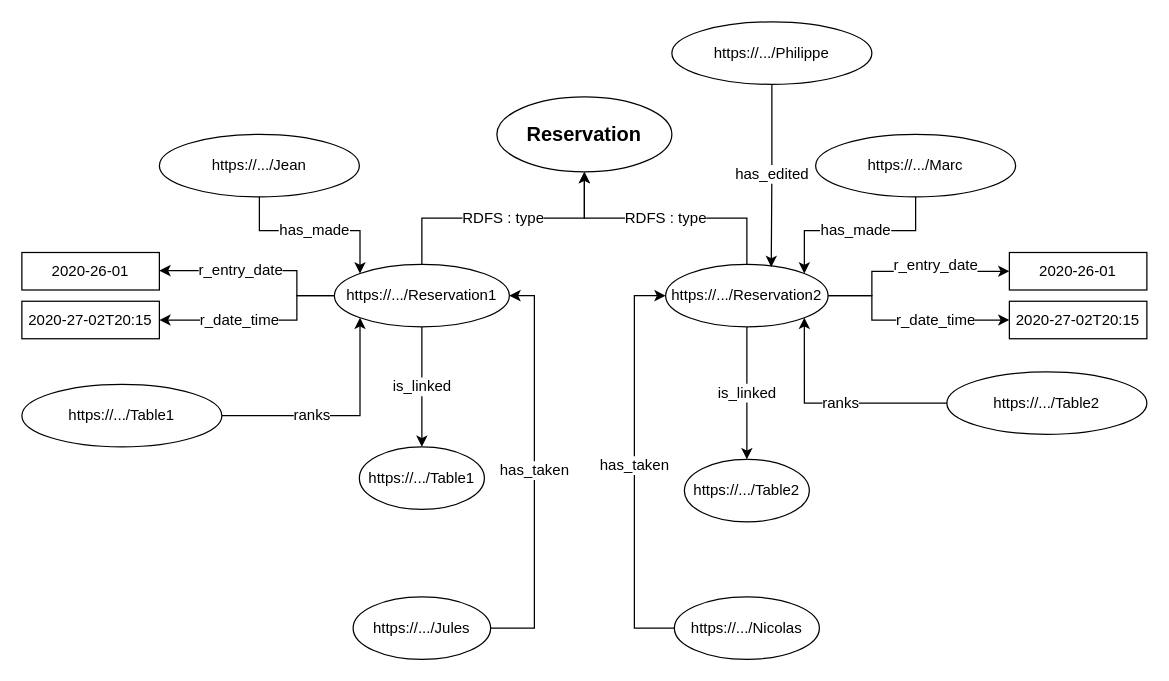
Before: schema/instanceReservation.dio in CH-KevinDubois/MAS-RAD-4-WEB-Mini-Projet, a draw.io diagram. Source tidied: cells renumbered, new cells numbered last; positions are measured from the earlier drawing's top-left corner, leaving out a move shared by most shapes. Both pictures are drawn from the tidied source at 125%, with x=0, y=0 at pixel (21, 21).
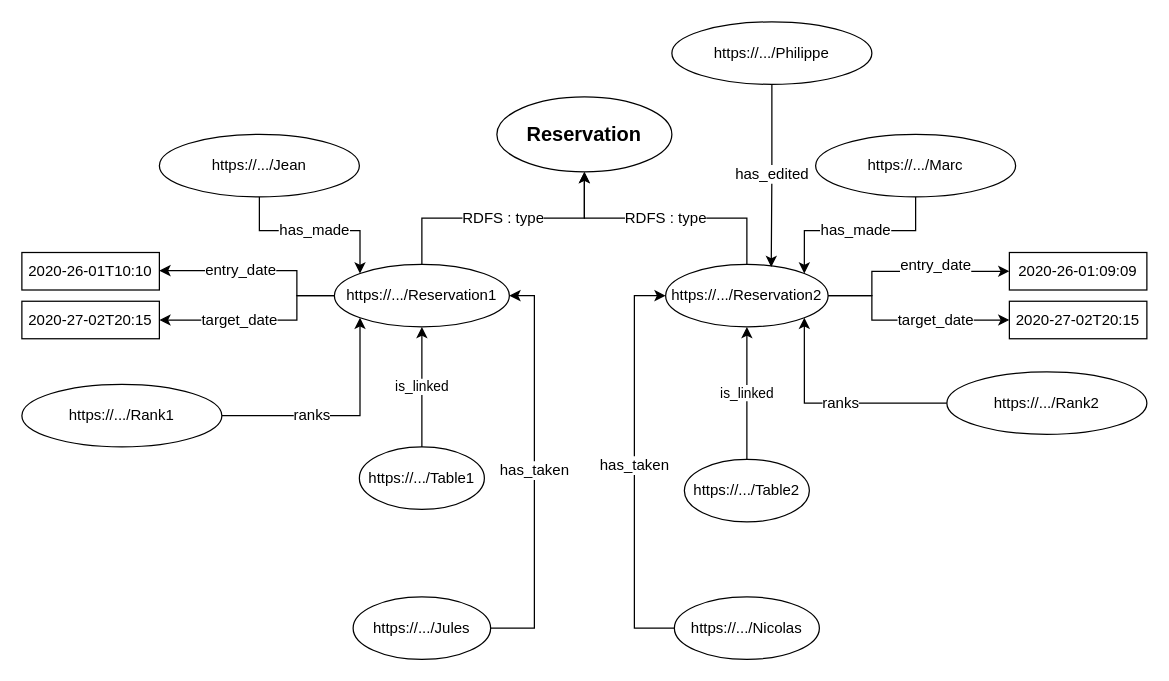
Above is the later version.

Unchanged cells that the change refers to:
```xml
<mxCell id="2" value="https://.../Table1" style="ellipse;whiteSpace=wrap;html=1;" parent="1" vertex="1">
  <mxGeometry x="270" y="340" width="100" height="50" as="geometry" />
</mxCell>
<mxCell id="3" value="https://.../Table2" style="ellipse;whiteSpace=wrap;html=1;" parent="1" vertex="1">
  <mxGeometry x="530" y="350" width="100" height="50" as="geometry" />
</mxCell>
<mxCell id="6" style="edgeStyle=orthogonalEdgeStyle;rounded=0;jettySize=auto;html=1;entryX=1;entryY=0.5;entryDx=0;entryDy=0;fontSize=12;" parent="1" edge="1" source="9" target="25">
  <mxGeometry relative="1" as="geometry">
    <Array as="points">
      <mxPoint x="220" y="219" />
      <mxPoint x="220" y="239" />
    </Array>
  </mxGeometry>
</mxCell>
<mxCell id="9" value="https://.../Reservation1" style="ellipse;whiteSpace=wrap;html=1;" parent="1" vertex="1">
  <mxGeometry x="250" y="194" width="140" height="50" as="geometry" />
</mxCell>
<mxCell id="11" style="edgeStyle=orthogonalEdgeStyle;rounded=0;jettySize=auto;html=1;entryX=0;entryY=0.5;entryDx=0;entryDy=0;fontSize=12;" parent="1" edge="1" source="16" target="17">
  <mxGeometry relative="1" as="geometry">
    <Array as="points">
      <mxPoint x="680" y="219" />
      <mxPoint x="680" y="200" />
    </Array>
  </mxGeometry>
</mxCell>
<mxCell id="13" style="edgeStyle=orthogonalEdgeStyle;rounded=0;jettySize=auto;html=1;entryX=0;entryY=0.5;entryDx=0;entryDy=0;fontSize=12;" parent="1" edge="1" source="16" target="18">
  <mxGeometry relative="1" as="geometry">
    <Array as="points">
      <mxPoint x="680" y="219" />
      <mxPoint x="680" y="239" />
    </Array>
  </mxGeometry>
</mxCell>
<mxCell id="16" value="https://.../Reservation2" style="ellipse;whiteSpace=wrap;html=1;" parent="1" vertex="1">
  <mxGeometry x="515" y="194" width="130" height="50" as="geometry" />
</mxCell>
```

Change to the diagram source:
```diff
@@
+    <mxCell id="36" value="is_linked" style="edgeStyle=orthogonalEdgeStyle;rounded=0;jettySize=auto;html=1;entryX=0.5;entryY=1;entryDx=0;entryDy=0;" parent="1" edge="1" source="2" target="9">
+      <mxGeometry relative="1" as="geometry" />
+    </mxCell>
@@
+    <mxCell id="37" value="is_linked" style="edgeStyle=orthogonalEdgeStyle;rounded=0;jettySize=auto;html=1;entryX=0.5;entryY=1;entryDx=0;entryDy=0;" parent="1" edge="1" source="3" target="16">
+      <mxGeometry relative="1" as="geometry" />
+    </mxCell>
@@
-    <mxCell id="5" value="r_entry_date" style="edgeStyle=orthogonalEdgeStyle;rounded=0;jettySize=auto;html=1;fontSize=12;" parent="1" edge="1" source="9" target="24">
+    <mxCell id="5" value="entry_date" style="edgeStyle=orthogonalEdgeStyle;rounded=0;jettySize=auto;html=1;fontSize=12;" parent="1" edge="1" source="9" target="24">
       <mxGeometry x="0.2" relative="1" as="geometry">
         <Array as="points">
           <mxPoint x="220" y="219" />
           <mxPoint x="220" y="199" />
         </Array>
         <mxPoint x="1" as="offset" />
       </mxGeometry>
     </mxCell>
@@
-    <mxCell id="7" value="r_date_time" style="edgeLabel;html=1;align=center;verticalAlign=middle;fontSize=12;" parent="6" vertex="1">
+    <mxCell id="7" value="target_date" style="edgeLabel;html=1;align=center;verticalAlign=middle;fontSize=12;" parent="6" vertex="1">
       <mxGeometry x="0.44" y="-2" relative="1" as="geometry">
         <mxPoint x="18.7" y="2" as="offset" />
       </mxGeometry>
     </mxCell>
-    <mxCell id="8" value="is_linked" style="edgeStyle=orthogonalEdgeStyle;rounded=0;jettySize=auto;html=1;entryX=0.5;entryY=0;entryDx=0;entryDy=0;fontSize=12;" parent="1" edge="1" source="9" target="2">
-      <mxGeometry relative="1" as="geometry" />
-    </mxCell>
@@
-    <mxCell id="12" value="&lt;span&gt;r_entry_date&lt;/span&gt;" style="edgeLabel;html=1;align=center;verticalAlign=middle;fontSize=12;" parent="11" vertex="1">
+    <mxCell id="12" value="&lt;span&gt;entry_date&lt;/span&gt;" style="edgeLabel;html=1;align=center;verticalAlign=middle;fontSize=12;" parent="11" vertex="1">
       <mxGeometry x="0.13" y="2" relative="1" as="geometry">
         <mxPoint x="11.5" y="-3.5" as="offset" />
       </mxGeometry>
     </mxCell>
@@
-    <mxCell id="14" value="&lt;span&gt;r_date_time&lt;/span&gt;" style="edgeLabel;html=1;align=center;verticalAlign=middle;fontSize=12;" parent="13" vertex="1">
+    <mxCell id="14" value="&lt;span&gt;target_date&lt;/span&gt;" style="edgeLabel;html=1;align=center;verticalAlign=middle;fontSize=12;" parent="13" vertex="1">
       <mxGeometry x="0.03" y="-1" relative="1" as="geometry">
         <mxPoint x="19.5" y="-1" as="offset" />
       </mxGeometry>
     </mxCell>
-    <mxCell id="15" value="is_linked" style="edgeStyle=orthogonalEdgeStyle;rounded=0;jettySize=auto;html=1;entryX=0.5;entryY=0;entryDx=0;entryDy=0;fontSize=12;" parent="1" edge="1" source="16" target="3">
-      <mxGeometry relative="1" as="geometry" />
-    </mxCell>
@@
-    <mxCell id="17" value="2020-26-01" style="rounded=0;whiteSpace=wrap;html=1;" parent="1" vertex="1">
+    <mxCell id="17" value="2020-26-01:09:09" style="rounded=0;whiteSpace=wrap;html=1;" parent="1" vertex="1">
       <mxGeometry x="790" y="184.5" width="110" height="30" as="geometry" />
     </mxCell>
@@
-    <mxCell id="24" value="2020-26-01" style="rounded=0;whiteSpace=wrap;html=1;" parent="1" vertex="1">
+    <mxCell id="24" value="2020-26-01T10:10" style="rounded=0;whiteSpace=wrap;html=1;" parent="1" vertex="1">
       <mxGeometry y="184.5" width="110" height="30" as="geometry" />
     </mxCell>
@@
-    <mxCell id="27" value="https://.../Table1" style="ellipse;whiteSpace=wrap;html=1;" parent="1" vertex="1">
+    <mxCell id="27" value="https://.../Rank1" style="ellipse;whiteSpace=wrap;html=1;" parent="1" vertex="1">
       <mxGeometry y="290" width="160" height="50" as="geometry" />
     </mxCell>
@@
-    <mxCell id="29" value="https://.../Table2" style="ellipse;whiteSpace=wrap;html=1;" parent="1" vertex="1">
+    <mxCell id="29" value="https://.../Rank2" style="ellipse;whiteSpace=wrap;html=1;" parent="1" vertex="1">
       <mxGeometry x="740" y="280" width="160" height="50" as="geometry" />
     </mxCell>
```
